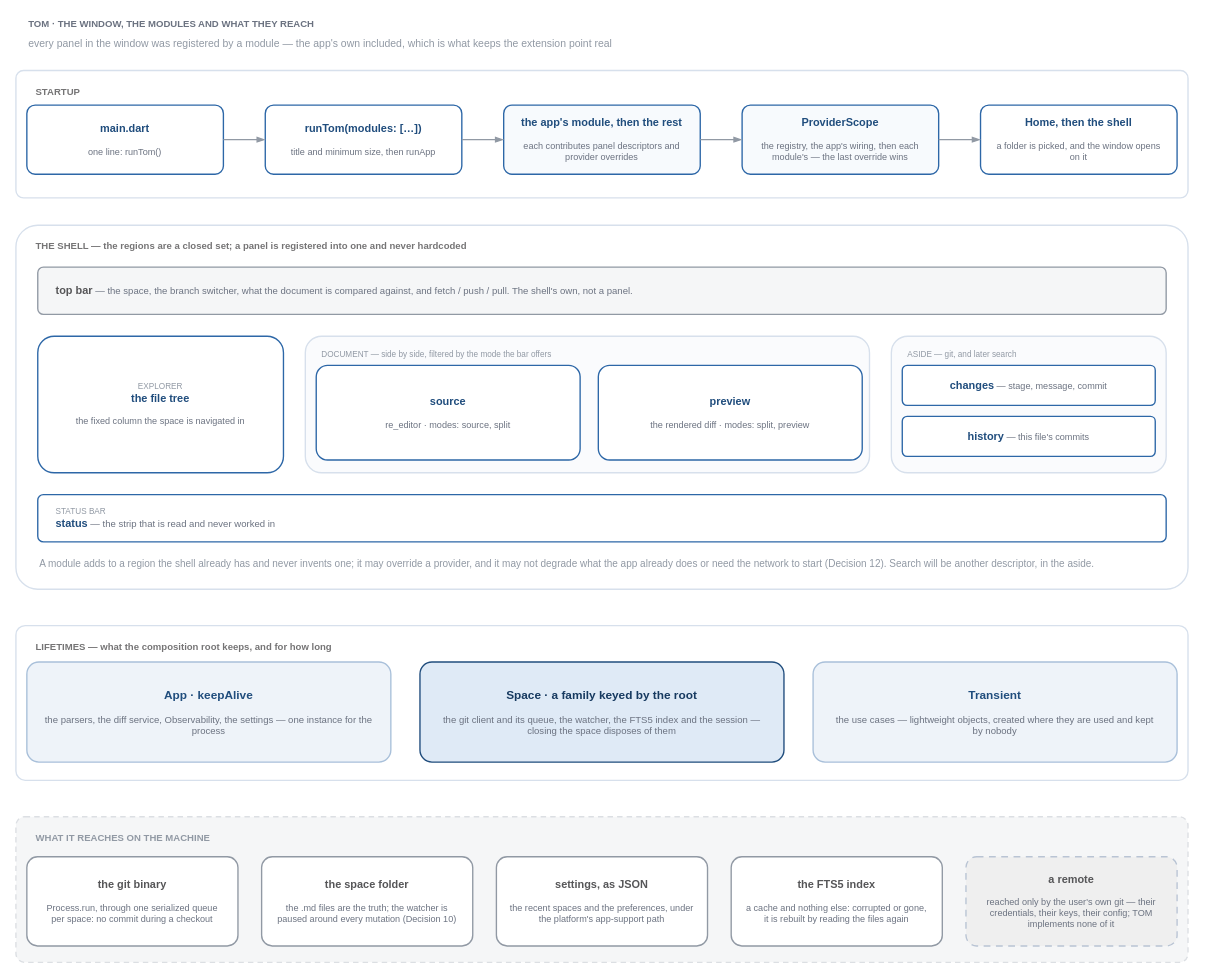
Earlier version of the draw.io diagram page "Janela e módulos · TOM" (3 of 4) of docs/technical/architecture.drawio (thomasfranke/tom). Source tidied: cells renumbered, new cells numbered last; positions are measured from the earlier drawing's top-left corner, leaving out a move shared by most shapes. Both pictures are drawn from the tidied source at 91%, with x=0, y=0 at pixel (15, 15).
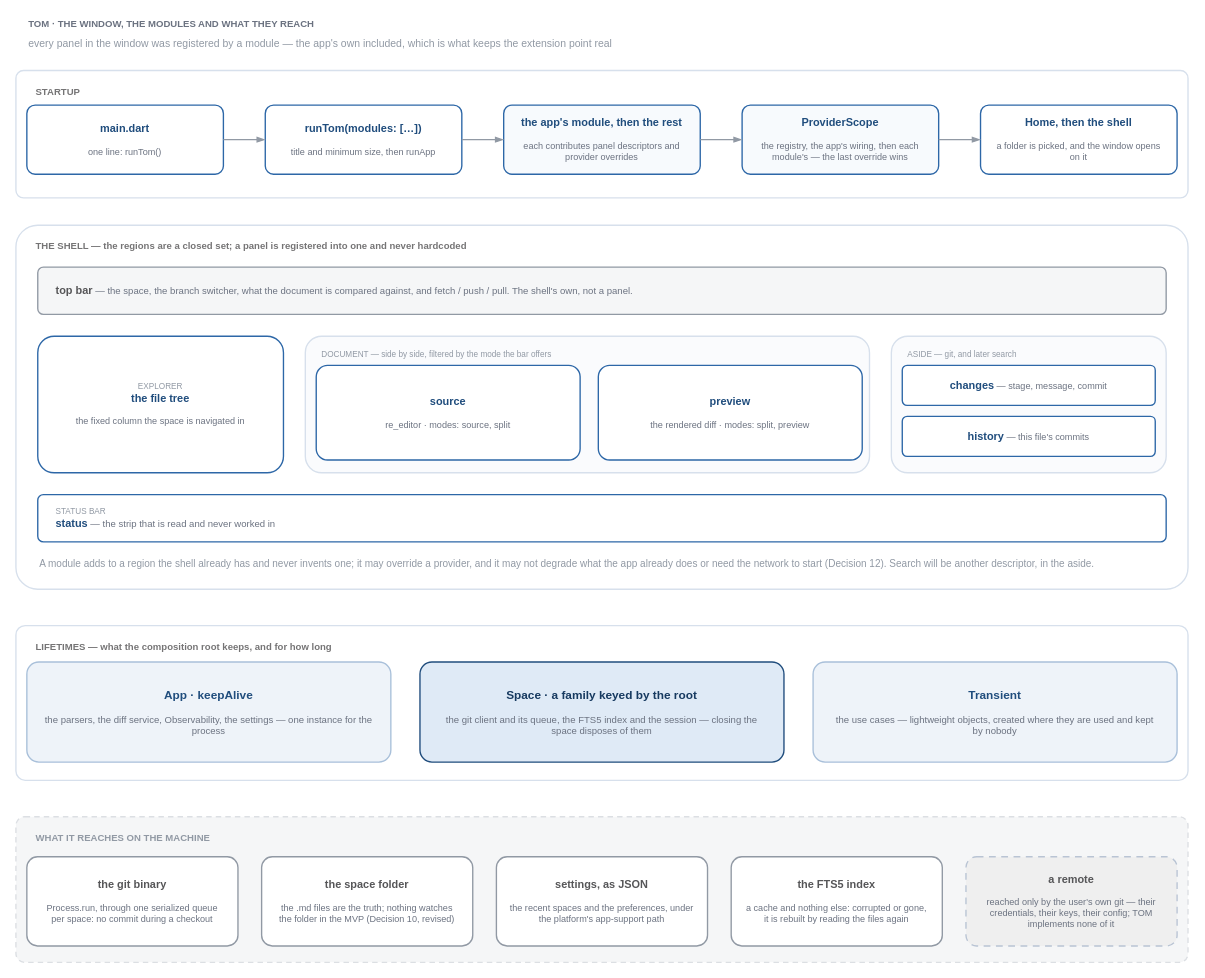
The same page after the edit.

What changed in the source:
```diff
@@
-    <mxCell id="27" value="&lt;b style=&quot;font-size:13px&quot;&gt;Space · a family keyed by the root&lt;/b&gt;&lt;div style=&quot;font-size:10.5px;color:#6b7280&quot;&gt;&lt;br&gt;the git client and its queue, the watcher, the FTS5 index and the session — closing the space disposes of them&lt;/div&gt;" style="rounded=1;arcSize=12;whiteSpace=wrap;html=1;fontFamily=Helvetica;fillColor=#dfeaf6;strokeColor=#204d7d;strokeWidth=1.5;fontColor=#173a60;verticalAlign=middle;spacingLeft=18;spacingRight=18;" parent="1" vertex="1">
+    <mxCell id="27" value="&lt;b style=&quot;font-size:13px&quot;&gt;Space · a family keyed by the root&lt;/b&gt;&lt;div style=&quot;font-size:10.5px;color:#6b7280&quot;&gt;&lt;br&gt;the git client and its queue, the FTS5 index and the session — closing the space disposes of them&lt;/div&gt;" style="rounded=1;arcSize=12;whiteSpace=wrap;html=1;fontFamily=Helvetica;fillColor=#dfeaf6;strokeColor=#204d7d;strokeWidth=1.5;fontColor=#173a60;verticalAlign=middle;spacingLeft=18;spacingRight=18;" parent="1" vertex="1">
       <mxGeometry x="444" y="710" width="400" height="110" as="geometry" />
     </mxCell>
@@
-    <mxCell id="31" value="&lt;b style=&quot;font-size:12px&quot;&gt;the space folder&lt;/b&gt;&lt;div style=&quot;font-size:10px;color:#6b7280&quot;&gt;&lt;br&gt;the .md files are the truth; the watcher is paused around every mutation (Decision 10)&lt;/div&gt;" style="rounded=1;arcSize=12;whiteSpace=wrap;html=1;fontFamily=Helvetica;fillColor=#FFFFFF;strokeColor=#9199a4;strokeWidth=1.5;fontColor=#565658;verticalAlign=middle;spacingLeft=14;spacingRight=14;" parent="1" vertex="1">
+    <mxCell id="31" value="&lt;b style=&quot;font-size:12px&quot;&gt;the space folder&lt;/b&gt;&lt;div style=&quot;font-size:10px;color:#6b7280&quot;&gt;&lt;br&gt;the .md files are the truth; nothing watches the folder in the MVP (Decision 10, revised)&lt;/div&gt;" style="rounded=1;arcSize=12;whiteSpace=wrap;html=1;fontFamily=Helvetica;fillColor=#FFFFFF;strokeColor=#9199a4;strokeWidth=1.5;fontColor=#565658;verticalAlign=middle;spacingLeft=14;spacingRight=14;" parent="1" vertex="1">
       <mxGeometry x="270" y="924" width="232" height="98" as="geometry" />
     </mxCell>
```
